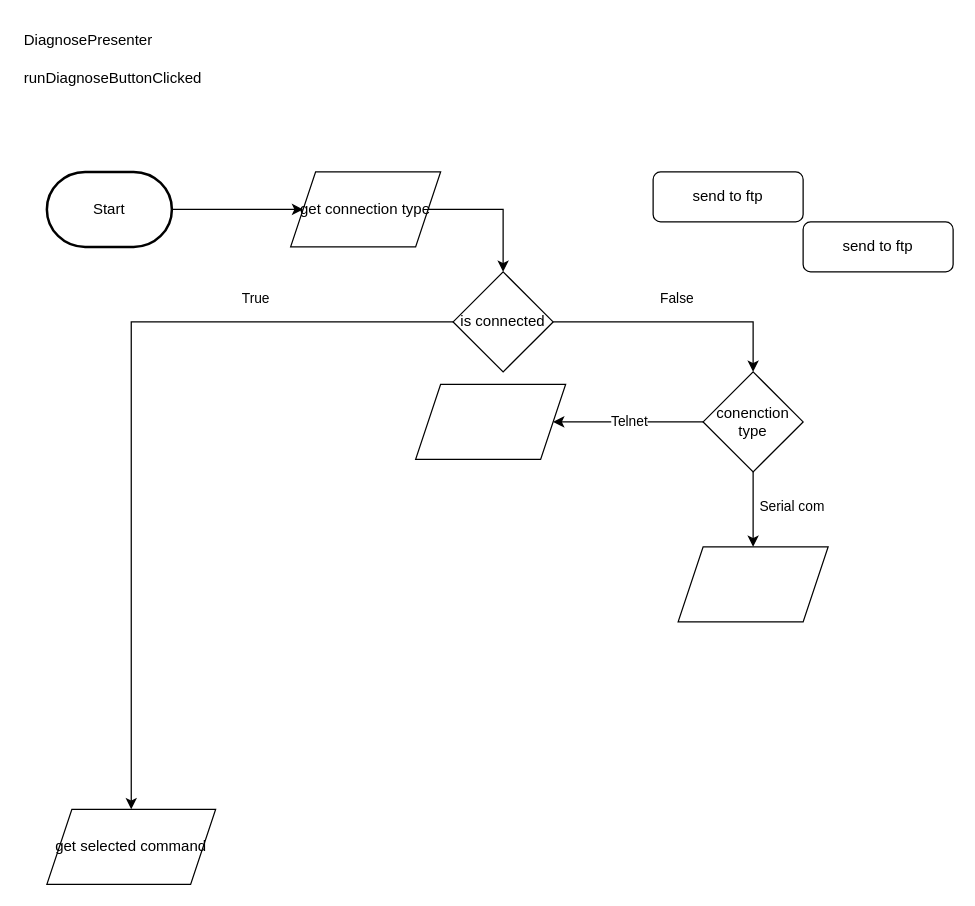
Above: FlowChart/Diagnose/Diagnose.drawio in nicnike/Uml (draw.io), before the change. Source tidied: cells renumbered, new cells numbered last; positions are measured from the earlier drawing's top-left corner, leaving out a move shared by most shapes. Both pictures are drawn from the tidied source at 125%, with x=0, y=0 at pixel (21, 21).
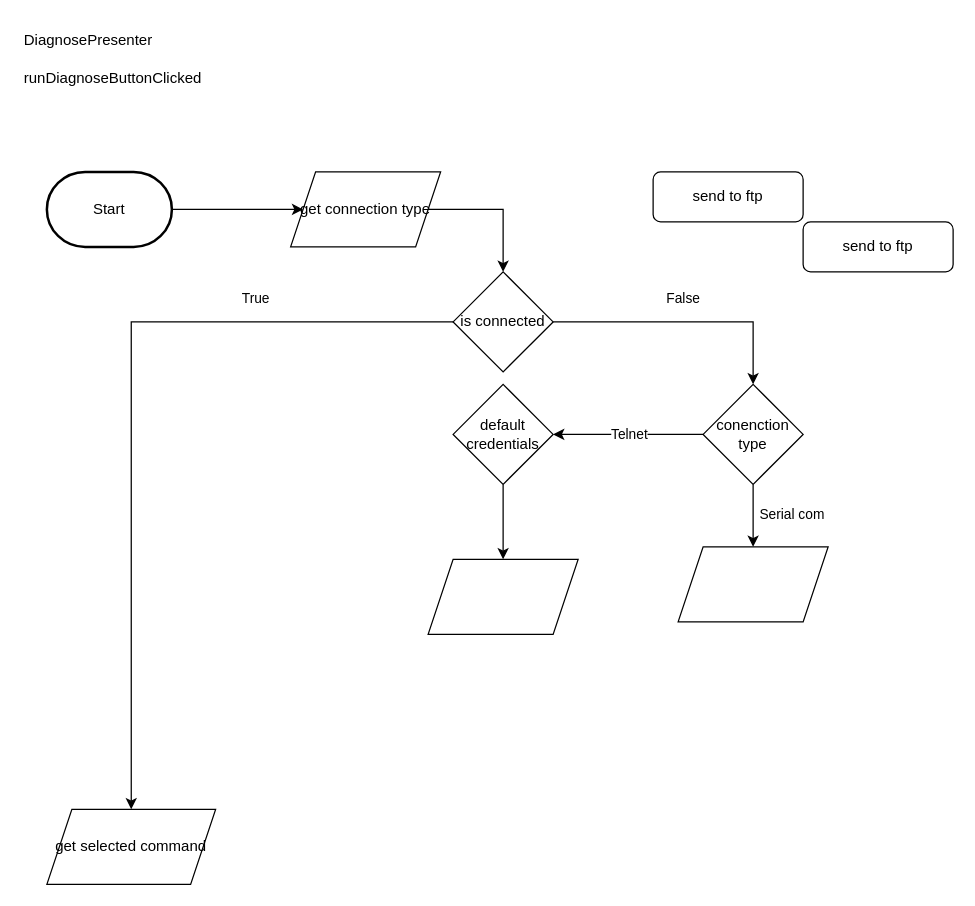
The same page after the edit.

The edit, as a diff of the source:
```diff
@@
-    <mxCell id="15" style="edgeStyle=orthogonalEdgeStyle;rounded=0;jettySize=auto;html=1;entryX=1;entryY=0.5;entryDx=0;entryDy=0;" parent="1" edge="1" source="19" target="21">
+    <mxCell id="15" style="edgeStyle=orthogonalEdgeStyle;rounded=0;jettySize=auto;html=1;entryX=1;entryY=0.5;entryDx=0;entryDy=0;" parent="1" edge="1" source="19" target="24">
       <mxGeometry relative="1" as="geometry" />
     </mxCell>
@@
     <mxCell id="19" value="conenction&lt;br&gt;type" style="rhombus;whiteSpace=wrap;html=1;" parent="1" vertex="1">
-      <mxGeometry x="545" y="280" width="80" height="80" as="geometry" />
+      <mxGeometry x="545" y="290" width="80" height="80" as="geometry" />
     </mxCell>
@@
     <mxCell id="21" style="shape=parallelogram;perimeter=parallelogramPerimeter;whiteSpace=wrap;html=1;fixedSize=1;" parent="1" vertex="1">
-      <mxGeometry x="315" y="290" width="120" height="60" as="geometry" />
+      <mxGeometry x="325" y="430" width="120" height="60" as="geometry" />
     </mxCell>
@@
+    <mxCell id="23" style="edgeStyle=orthogonalEdgeStyle;rounded=0;jettySize=auto;html=1;entryX=0.5;entryY=0;entryDx=0;entryDy=0;" parent="1" edge="1" source="24" target="21">
+      <mxGeometry relative="1" as="geometry" />
+    </mxCell>
+    <mxCell id="24" value="default &lt;br&gt;credentials" style="rhombus;whiteSpace=wrap;html=1;" parent="1" vertex="1">
+      <mxGeometry x="345" y="290" width="80" height="80" as="geometry" />
+    </mxCell>
```
